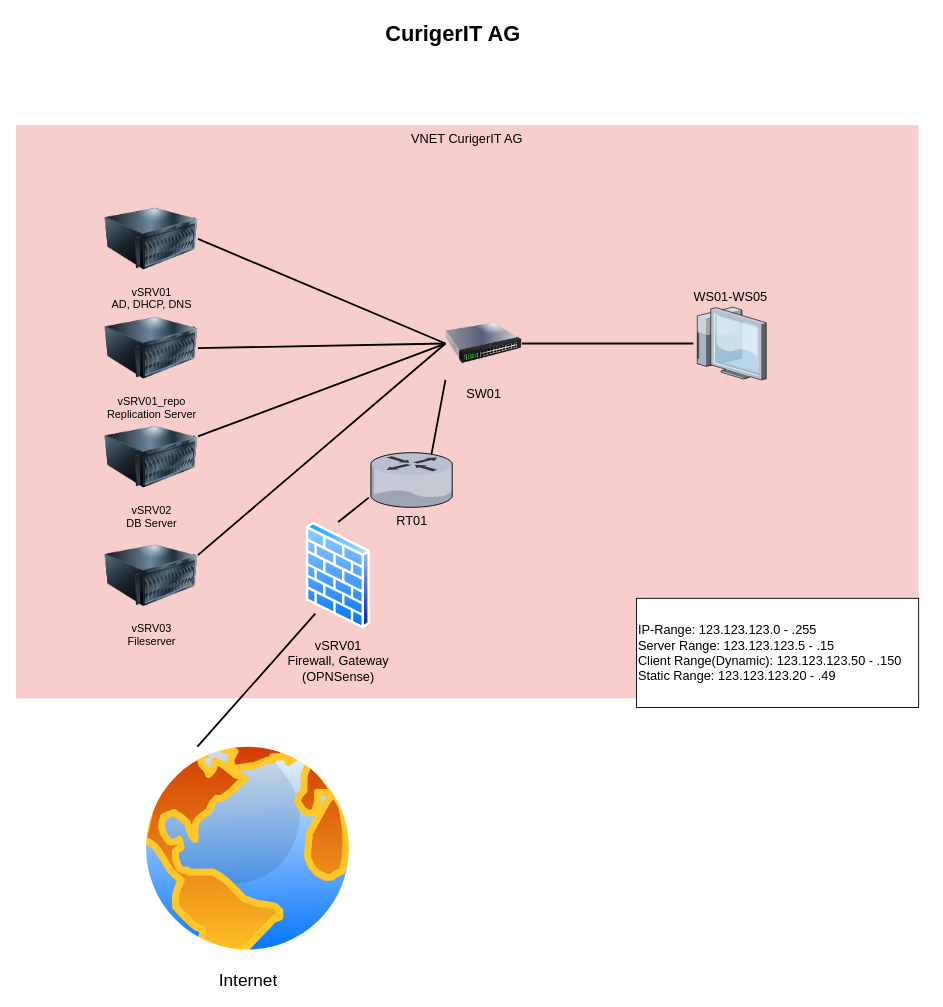
Earlier version of the draw.io diagram 01_network_configuration/netzwerk_plan.drawio (SenpaiFlo/Sportferienprojekt_001). Source tidied: cells renumbered, new cells numbered last; positions are measured from the earlier drawing's top-left corner, leaving out a move shared by most shapes. Both pictures are drawn from the tidied source at 91%, with x=0, y=0 at pixel (15, 15).
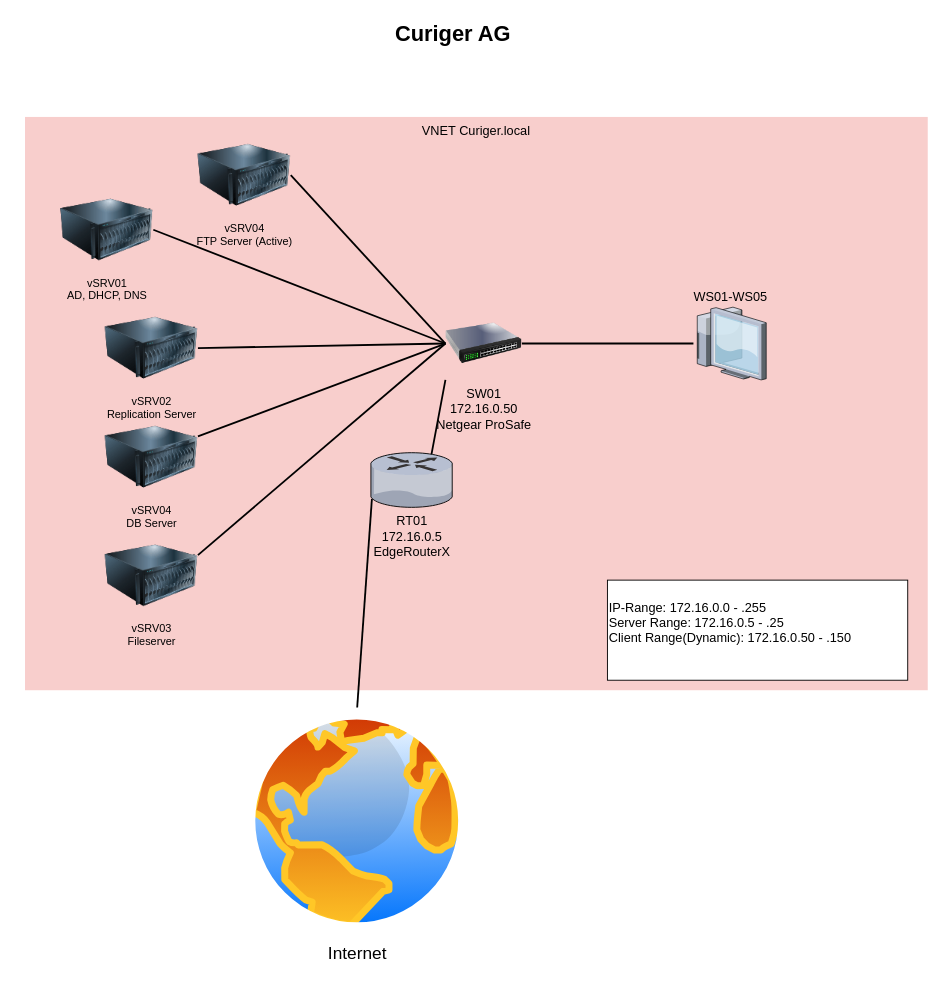
The same diagram, later.

Change to the diagram source:
```diff
@@
-    <mxCell id="2" value="VNET CurigerIT AG" style="whiteSpace=wrap;html=1;fillColor=#f8cecc;fontSize=14;strokeColor=none;verticalAlign=top;" parent="1" vertex="1">
-      <mxGeometry y="120" width="992" height="630" as="geometry" />
+    <mxCell id="2" value="VNET Curiger.local" style="whiteSpace=wrap;html=1;fillColor=#f8cecc;fontSize=14;strokeColor=none;verticalAlign=top;" parent="1" vertex="1">
+      <mxGeometry x="10" y="111" width="992" height="630" as="geometry" />
     </mxCell>
@@
-    <mxCell id="4" value="RT01" style="verticalLabelPosition=bottom;html=1;verticalAlign=top;strokeColor=none;shape=mxgraph.citrix.router;fillColor=#66B2FF;gradientColor=#0066CC;fontSize=14;" parent="1" vertex="1">
+    <mxCell id="4" value="RT01&lt;br&gt;172.16.0.5&lt;br&gt;EdgeRouterX" style="verticalLabelPosition=bottom;html=1;verticalAlign=top;strokeColor=none;shape=mxgraph.citrix.router;fillColor=#66B2FF;gradientColor=#0066CC;fontSize=14;" parent="1" vertex="1">
       <mxGeometry x="390" y="480" width="90.4" height="60" as="geometry" />
     </mxCell>
@@
-    <mxCell id="7" value="CurigerIT AG" style="text;strokeColor=none;fillColor=none;html=1;fontSize=24;fontStyle=1;verticalAlign=middle;align=center;" parent="1" vertex="1">
+    <mxCell id="7" value="Curiger AG" style="text;strokeColor=none;fillColor=none;html=1;fontSize=24;fontStyle=1;verticalAlign=middle;align=center;" parent="1" vertex="1">
       <mxGeometry x="49" width="861" height="40" as="geometry" />
     </mxCell>
     <mxCell id="8" value="vSRV01&lt;br&gt;AD, DHCP, DNS" style="image;html=1;image=img/lib/clip_art/computers/Server_128x128.png;labelBackgroundColor=none;" parent="1" vertex="1">
-      <mxGeometry x="98" y="200" width="102" height="90" as="geometry" />
+      <mxGeometry x="49" y="190" width="102" height="90" as="geometry" />
     </mxCell>
-    <mxCell id="9" value="vSRV02&lt;br&gt;DB Server" style="image;html=1;image=img/lib/clip_art/computers/Server_128x128.png;labelBackgroundColor=none;" parent="1" vertex="1">
+    <mxCell id="9" value="vSRV04&lt;br&gt;DB Server" style="image;html=1;image=img/lib/clip_art/computers/Server_128x128.png;labelBackgroundColor=none;" parent="1" vertex="1">
       <mxGeometry x="98" y="439.5" width="102" height="90.5" as="geometry" />
     </mxCell>
-    <mxCell id="10" value="vSRV01_repo&lt;br&gt;Replication Server" style="image;html=1;image=img/lib/clip_art/computers/Server_128x128.png;labelBackgroundColor=none;" parent="1" vertex="1">
+    <mxCell id="10" value="vSRV02&lt;br&gt;Replication Server" style="image;html=1;image=img/lib/clip_art/computers/Server_128x128.png;labelBackgroundColor=none;" parent="1" vertex="1">
       <mxGeometry x="98" y="320" width="102" height="90" as="geometry" />
     </mxCell>
@@
-    <mxCell id="14" value="SW01" style="image;html=1;image=img/lib/clip_art/networking/Switch_128x128.png;labelBackgroundColor=none;fontSize=14;" parent="1" vertex="1">
+    <mxCell id="14" value="SW01&lt;br&gt;172.16.0.50&lt;br&gt;Netgear ProSafe" style="image;html=1;image=img/lib/clip_art/networking/Switch_128x128.png;labelBackgroundColor=none;fontSize=14;" parent="1" vertex="1">
       <mxGeometry x="472" y="320" width="84" height="80" as="geometry" />
     </mxCell>
-    <mxCell id="15" value="&lt;div style=&quot;&quot;&gt;IP-Range:&lt;span style=&quot;&quot;&gt;&#9;&lt;/span&gt;&lt;span style=&quot;&quot;&gt;&#9;&lt;span style=&quot;&quot;&gt;&#9;&lt;/span&gt;&lt;/span&gt;123.123.123.0 - .255&lt;/div&gt;&lt;div style=&quot;&quot;&gt;Server Range:&lt;span style=&quot;&quot;&gt;&#9;&lt;/span&gt;&lt;span style=&quot;&quot;&gt;&#9;&lt;span style=&quot;&quot;&gt;&#9;&lt;/span&gt;&lt;/span&gt;123.123.123.5 - .15&lt;/div&gt;&lt;div style=&quot;&quot;&gt;Client Range(Dynamic):&lt;span style=&quot;&quot;&gt;&#9;&lt;/span&gt;123.123.123.50 - .150&lt;/div&gt;&lt;div style=&quot;&quot;&gt;Static Range:&lt;span style=&quot;&quot;&gt;&#9;&lt;/span&gt;&lt;span style=&quot;&quot;&gt;&#9;&lt;/span&gt;&lt;span style=&quot;&quot;&gt;&#9;&lt;/span&gt;123.123.123.20 - .49&lt;/div&gt;" style="rounded=0;whiteSpace=wrap;html=1;labelBackgroundColor=none;fontSize=14;align=left;" parent="1" vertex="1">
-      <mxGeometry x="682" y="640" width="310" height="120" as="geometry" />
+    <mxCell id="15" value="&lt;div style=&quot;&quot;&gt;IP-Range:&lt;span style=&quot;&quot;&gt;&amp;nbsp;172&lt;/span&gt;.16.0.0 - .255&lt;/div&gt;&lt;div style=&quot;&quot;&gt;Server Range:&lt;span style=&quot;&quot;&gt;&#9;&lt;/span&gt;&lt;span style=&quot;&quot;&gt;&#9;&lt;span style=&quot;&quot;&gt;&#9;&lt;/span&gt;&lt;/span&gt;172.16.0.5 - .25&lt;/div&gt;&lt;div style=&quot;&quot;&gt;Client Range(Dynamic):&lt;span style=&quot;&quot;&gt;&#9;&lt;/span&gt;172.16.0.50 - .150&lt;/div&gt;&lt;div style=&quot;&quot;&gt;&lt;br&gt;&lt;/div&gt;" style="rounded=0;whiteSpace=wrap;html=1;labelBackgroundColor=none;fontSize=14;align=left;" parent="1" vertex="1">
+      <mxGeometry x="650" y="620" width="330" height="110" as="geometry" />
     </mxCell>
@@
     <mxCell id="18" value="&lt;font style=&quot;font-size: 19px;&quot;&gt;Internet&lt;/font&gt;" style="perimeter=ellipsePerimeter;html=1;align=center;shadow=0;dashed=0;spacingTop=3;image;image=img/lib/active_directory/internet_globe.svg;labelBackgroundColor=none;fontSize=14;" parent="1" vertex="1">
-      <mxGeometry x="130" y="790" width="250" height="250" as="geometry" />
+      <mxGeometry x="250" y="760" width="250" height="250" as="geometry" />
     </mxCell>
-    <mxCell id="19" value="vSRV01&lt;br&gt;Firewall, Gateway&lt;br&gt;(OPNSense)" style="perimeter=ellipsePerimeter;html=1;align=center;shadow=0;dashed=0;spacingTop=3;image;image=img/lib/active_directory/firewall.svg;labelBackgroundColor=none;fontSize=14;" parent="1" vertex="1">
-      <mxGeometry x="318.3" y="556.2" width="71.7" height="117.5" as="geometry" />
-    </mxCell>
-    <mxCell id="20" style="edgeStyle=none;rounded=0;html=1;startSize=10;endSize=10;jettySize=auto;fontSize=14;endArrow=none;endFill=0;strokeWidth=2;exitX=0.5;exitY=0;exitDx=0;exitDy=0;entryX=-0.025;entryY=0.822;entryDx=0;entryDy=0;entryPerimeter=0;" parent="1" edge="1" source="19" target="4">
-      <mxGeometry relative="1" as="geometry" />
-    </mxCell>
-    <mxCell id="21" style="edgeStyle=none;rounded=0;html=1;startSize=10;endSize=10;jettySize=auto;fontSize=14;endArrow=none;endFill=0;strokeWidth=2;exitX=0.25;exitY=0;exitDx=0;exitDy=0;entryX=0;entryY=1;entryDx=0;entryDy=0;" parent="1" edge="1" source="18" target="19">
+    <mxCell id="21" style="edgeStyle=none;rounded=0;html=1;startSize=10;endSize=10;jettySize=auto;fontSize=14;endArrow=none;endFill=0;strokeWidth=2;entryX=0.013;entryY=0.847;entryDx=0;entryDy=0;entryPerimeter=0;exitX=0.5;exitY=0;exitDx=0;exitDy=0;" parent="1" edge="1" source="18" target="4">
       <mxGeometry relative="1" as="geometry" />
     </mxCell>
+    <mxCell id="22" value="vSRV04&lt;br&gt;FTP Server (Active)" style="image;html=1;image=img/lib/clip_art/computers/Server_128x128.png;labelBackgroundColor=none;imageBorder=none;" parent="1" vertex="1">
+      <mxGeometry x="200" y="130" width="102" height="90" as="geometry" />
+    </mxCell>
+    <mxCell id="23" style="edgeStyle=none;rounded=0;html=1;startSize=10;endSize=10;jettySize=auto;fontSize=14;endArrow=none;endFill=0;strokeWidth=2;exitX=1;exitY=0.5;exitDx=0;exitDy=0;entryX=0;entryY=0.5;entryDx=0;entryDy=0;" parent="1" edge="1" source="22" target="14">
+      <mxGeometry relative="1" as="geometry" />
+    </mxCell>
```
